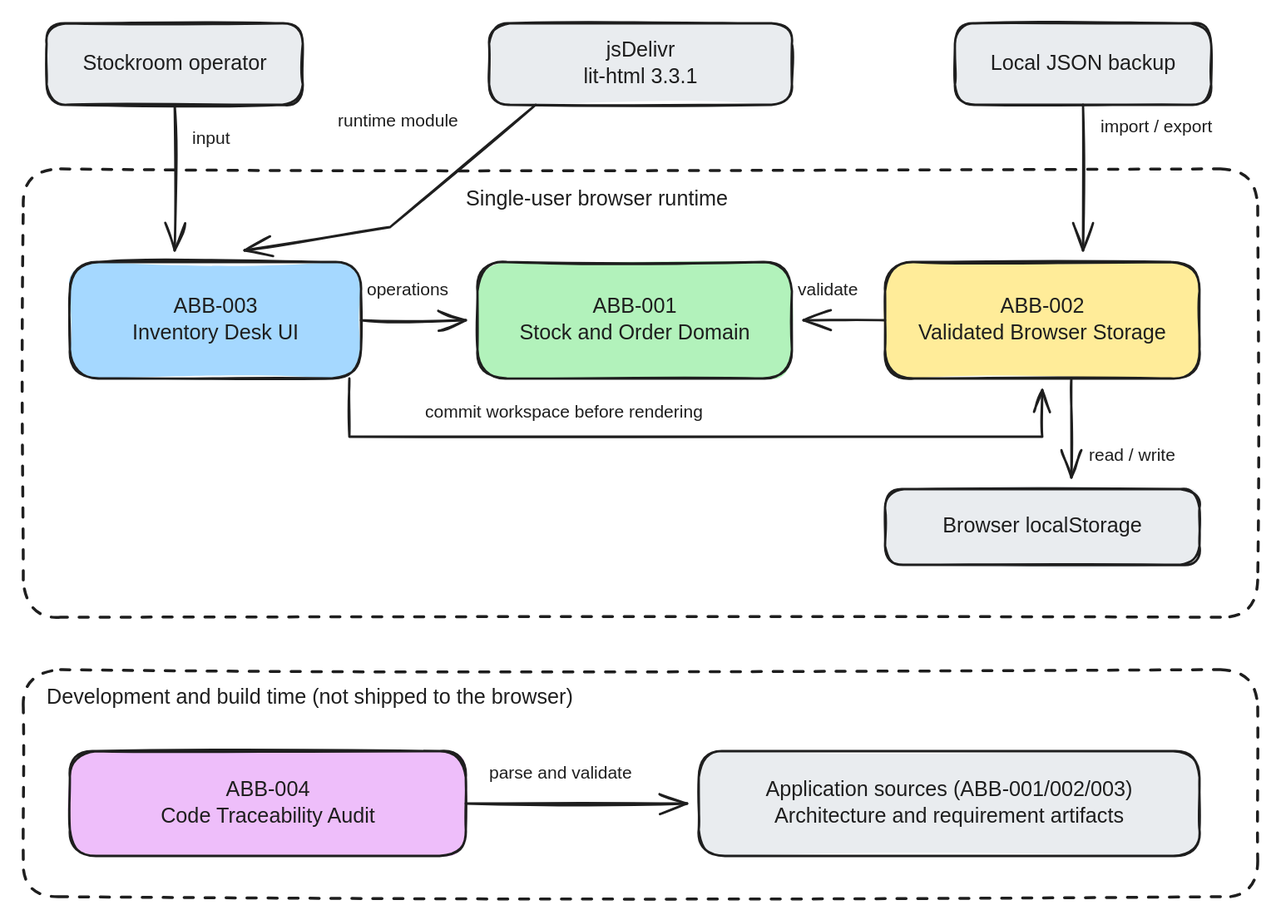
sijakret/native-spec keeps this Excalidraw diagram as skills/native-spec/examples/typescript/specs/artifacts/architecture/figures/000-architecture.figure-001.excalidraw.svg. Above is the earlier version. Source tidied: one line per element, renumbered; positions are measured from the earlier drawing's top-left corner, leaving out a move shared by most shapes.
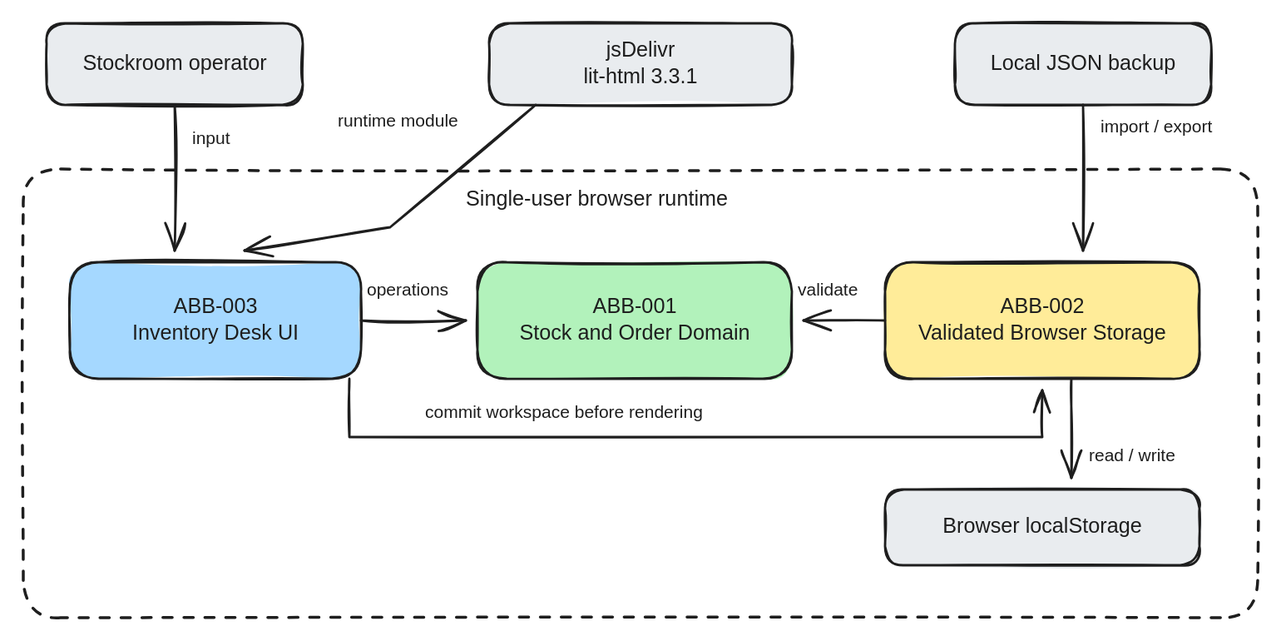
After the commit.

What changed in the source:
```diff
@@ -28,11 +28,3 @@
 {"id": 27, "type": "text", "text": "read / write", "strokeColor": "#1e1e1e", "strokeWidth": 2, "roughness": 1, "fontSize": 15, "fontFamily": 2, "verticalAlign": "middle", "x": 915, "y": 362, "width": 101, "height": 19}
 {"id": 28, "type": "arrow", "strokeColor": "#1e1e1e", "strokeWidth": 2, "roughness": 1, "endArrowhead": "arrow", "x": 910, "y": 70, "width": 0, "height": 125, "points": [[0, 0], [0, 125]]}
 {"id": 29, "type": "text", "text": "import / export", "strokeColor": "#1e1e1e", "strokeWidth": 2, "roughness": 1, "fontSize": 15, "fontFamily": 2, "verticalAlign": "middle", "x": 925, "y": 80, "width": 126, "height": 19}
-{"id": 30, "type": "rectangle", "strokeColor": "#1e1e1e", "backgroundColor": "#ffffff", "fillStyle": "solid", "strokeWidth": 2, "strokeStyle": "dashed", "roughness": 1, "round": true, "x": 0, "y": 555, "width": 1060, "height": 195}
-{"id": 31, "type": "text", "text": "Development and build time (not shipped to the browser)", "strokeColor": "#1e1e1e", "strokeWidth": 2, "roughness": 1, "fontSize": 18, "fontFamily": 2, "verticalAlign": "middle", "x": 20, "y": 568, "width": 554, "height": 22}
-{"id": 32, "type": "rectangle", "strokeColor": "#1e1e1e", "backgroundColor": "#eebefa", "fillStyle": "solid", "strokeWidth": 2, "roughness": 1, "round": true, "x": 40, "y": 625, "width": 340, "height": 90}
-{"id": 33, "type": "text", "text": "ABB-004\nCode Traceability Audit", "strokeColor": "#1e1e1e", "strokeWidth": 2, "roughness": 1, "fontSize": 18, "fontFamily": 2, "textAlign": "center", "verticalAlign": "middle", "inside": 32, "x": 52, "y": 648, "width": 316, "height": 45}
-{"id": 34, "type": "rectangle", "strokeColor": "#1e1e1e", "backgroundColor": "#e9ecef", "fillStyle": "solid", "strokeWidth": 2, "roughness": 1, "round": true, "x": 580, "y": 625, "width": 430, "height": 90}
-{"id": 35, "type": "text", "text": "Application sources (ABB-001/002/003)\nArchitecture and requirement artifacts", "strokeColor": "#1e1e1e", "strokeWidth": 2, "roughness": 1, "fontSize": 18, "fontFamily": 2, "textAlign": "center", "verticalAlign": "middle", "inside": 34, "x": 592, "y": 648, "width": 406, "height": 45}
-{"id": 36, "type": "arrow", "strokeColor": "#1e1e1e", "strokeWidth": 2, "roughness": 1, "endArrowhead": "arrow", "x": 380, "y": 670, "width": 190, "height": 0, "points": [[0, 0], [190, 0]]}
-{"id": 37, "type": "text", "text": "parse and validate", "strokeColor": "#1e1e1e", "strokeWidth": 2, "roughness": 1, "fontSize": 15, "fontFamily": 2, "verticalAlign": "middle", "x": 400, "y": 635, "width": 151, "height": 19}
```
